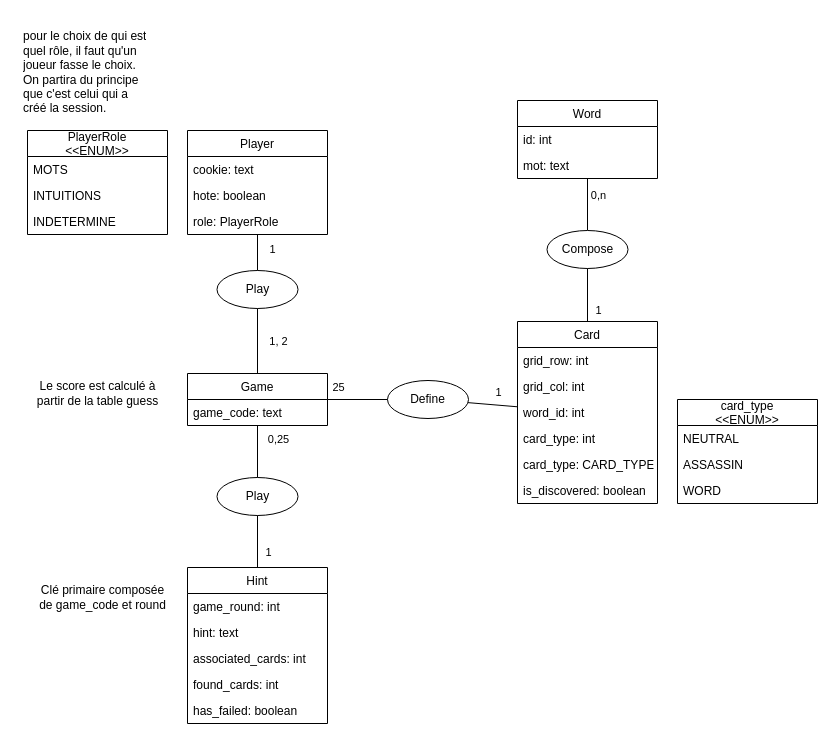
Earlier version of the draw.io diagram page "entité-relations" (1 of 2) of conception.drawio (ArnoBidet/PolyNames). Source tidied: cells renumbered, new cells numbered last; positions are measured from the earlier drawing's top-left corner, leaving out a move shared by most shapes. Both pictures are drawn from the tidied source at 100%, with x=0, y=0 at pixel (17, 17).
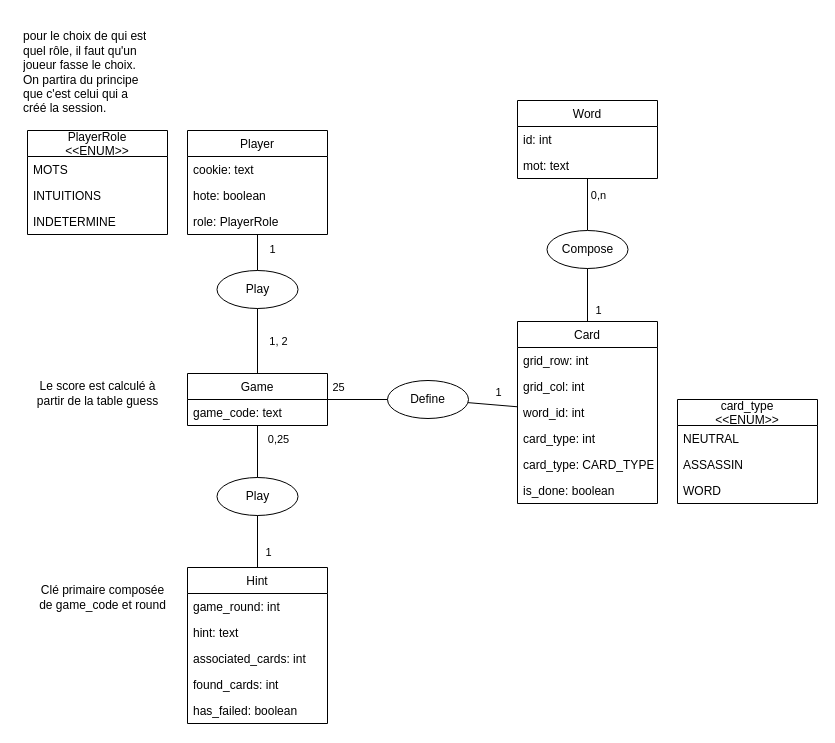
The same page after the edit.

Commit message (it also covers changes not shown here):
refa : renommer is_discovered is_done

Unchanged cells that the change refers to:
```xml
<mxCell id="2" value="Card" style="swimlane;fontStyle=0;horizontal=1;startSize=26;fillColor=none;" parent="1" vertex="1">
  <mxGeometry x="500" y="304" width="140" height="182" as="geometry" />
</mxCell>
```

The edit, as a diff of the source:
```diff
@@
-    <mxCell id="8" value="is_discovered: boolean" style="text;strokeColor=none;fillColor=none;align=left;verticalAlign=top;spacingLeft=4;spacingRight=4;overflow=hidden;" parent="2" vertex="1">
+    <mxCell id="8" value="is_done: boolean" style="text;strokeColor=none;fillColor=none;align=left;verticalAlign=top;spacingLeft=4;spacingRight=4;overflow=hidden;" parent="2" vertex="1">
       <mxGeometry y="156" width="140" height="26" as="geometry" />
     </mxCell>
```
